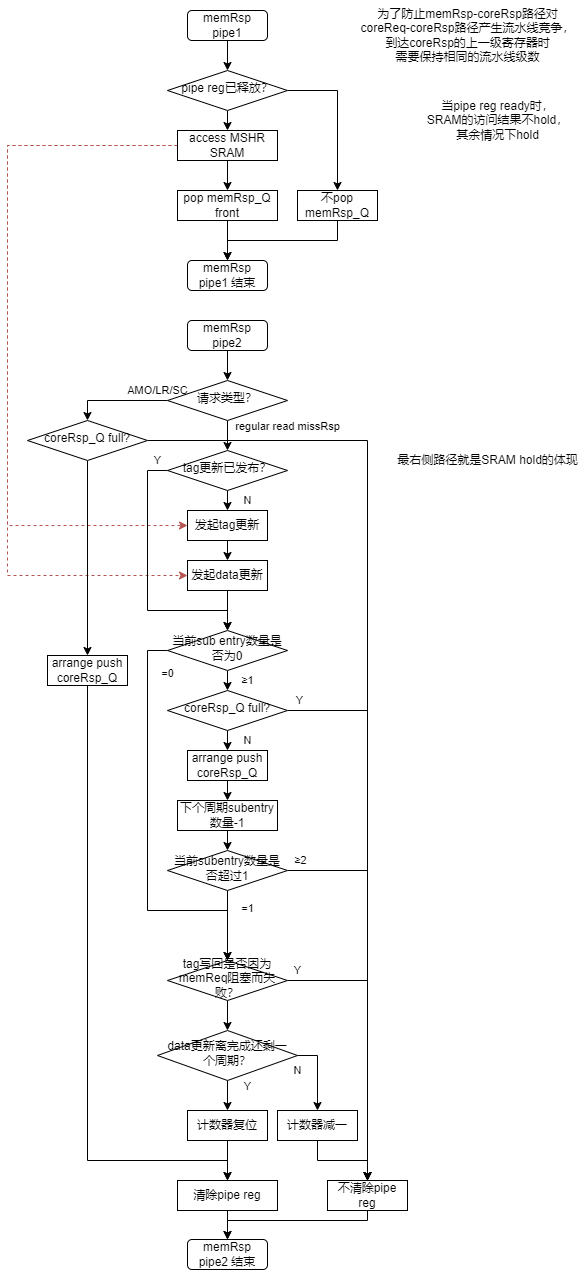
The draw.io diagram doc/cModel__l1_data_cache__cycle-memRsp.drawio.png in Auyuir/cacheCmodel, before a commit. Source tidied: cells renumbered, new cells last; positions are measured from the earlier drawing's top-left corner, leaving out a move shared by most shapes. The source it was exported from:
```xml
<mxGraphModel>
  <root>
    <mxCell id="0" />
    <mxCell id="1" parent="0" />
    <mxCell id="2" style="edgeStyle=orthogonalEdgeStyle;rounded=0;jettySize=auto;html=1;exitX=0.5;exitY=1;exitDx=0;exitDy=0;entryX=0.5;entryY=0;entryDx=0;entryDy=0;" parent="1" edge="1" source="3" target="6">
      <mxGeometry relative="1" as="geometry" />
    </mxCell>
    <mxCell id="3" value="memRsp pipe1" style="rounded=1;whiteSpace=wrap;html=1;fontSize=12;glass=0;strokeWidth=1;shadow=0;" parent="1" vertex="1">
      <mxGeometry x="180" y="10" width="80" height="30" as="geometry" />
    </mxCell>
    <mxCell id="4" style="edgeStyle=orthogonalEdgeStyle;rounded=0;jettySize=auto;html=1;exitX=1;exitY=0.5;exitDx=0;exitDy=0;entryX=0.5;entryY=0;entryDx=0;entryDy=0;" parent="1" edge="1" source="6" target="10">
      <mxGeometry relative="1" as="geometry" />
    </mxCell>
    <mxCell id="5" style="edgeStyle=orthogonalEdgeStyle;rounded=0;jettySize=auto;html=1;exitX=0.5;exitY=1;exitDx=0;exitDy=0;entryX=0.5;entryY=0;entryDx=0;entryDy=0;" parent="1" edge="1" source="6" target="15">
      <mxGeometry relative="1" as="geometry" />
    </mxCell>
    <mxCell id="6" value="pipe reg已释放？" style="rhombus;whiteSpace=wrap;html=1;shadow=0;fontFamily=Helvetica;fontSize=12;align=center;strokeWidth=1;spacing=6;spacingTop=-4;" parent="1" vertex="1">
      <mxGeometry x="160" y="70" width="120" height="40" as="geometry" />
    </mxCell>
    <mxCell id="7" style="edgeStyle=orthogonalEdgeStyle;rounded=0;jettySize=auto;html=1;exitX=0.5;exitY=1;exitDx=0;exitDy=0;entryX=0.5;entryY=0;entryDx=0;entryDy=0;" parent="1" edge="1" source="8" target="16">
      <mxGeometry relative="1" as="geometry" />
    </mxCell>
    <mxCell id="8" value="pop memRsp_Q front" style="rounded=0;whiteSpace=wrap;html=1;labelBackgroundColor=none;" parent="1" vertex="1">
      <mxGeometry x="170" y="190" width="100" height="30" as="geometry" />
    </mxCell>
    <mxCell id="9" style="edgeStyle=orthogonalEdgeStyle;rounded=0;jettySize=auto;html=1;exitX=0.5;exitY=1;exitDx=0;exitDy=0;entryX=0.5;entryY=0;entryDx=0;entryDy=0;" parent="1" edge="1" source="10" target="16">
      <mxGeometry relative="1" as="geometry" />
    </mxCell>
    <mxCell id="10" value="不pop memRsp_Q" style="rounded=0;whiteSpace=wrap;html=1;labelBackgroundColor=none;" parent="1" vertex="1">
      <mxGeometry x="290" y="190" width="80" height="30" as="geometry" />
    </mxCell>
    <mxCell id="11" value="为了防止memRsp-coreRsp路径对&lt;br&gt;coreReq-coreRsp路径产生流水线竞争，&lt;br&gt;到达coreRsp的上一级寄存器时&lt;br&gt;需要保持相同的流水线级数" style="text;html=1;align=center;verticalAlign=middle;strokeColor=none;fillColor=none;" parent="1" vertex="1">
      <mxGeometry x="340" width="240" height="70" as="geometry" />
    </mxCell>
    <mxCell id="12" style="edgeStyle=orthogonalEdgeStyle;rounded=0;jettySize=auto;html=1;exitX=0.5;exitY=1;exitDx=0;exitDy=0;entryX=0.5;entryY=0;entryDx=0;entryDy=0;" parent="1" edge="1" source="15" target="8">
      <mxGeometry relative="1" as="geometry" />
    </mxCell>
    <mxCell id="13" style="edgeStyle=orthogonalEdgeStyle;rounded=0;jettySize=auto;html=1;exitX=0;exitY=0.5;exitDx=0;exitDy=0;entryX=0;entryY=0.5;entryDx=0;entryDy=0;fillColor=#f8cecc;strokeColor=#b85450;dashed=1;" parent="1" edge="1" source="15" target="49">
      <mxGeometry relative="1" as="geometry">
        <Array as="points">
          <mxPoint y="145" />
          <mxPoint y="525" />
        </Array>
      </mxGeometry>
    </mxCell>
    <mxCell id="14" style="edgeStyle=orthogonalEdgeStyle;rounded=0;jettySize=auto;html=1;exitX=0;exitY=0.5;exitDx=0;exitDy=0;entryX=0;entryY=0.5;entryDx=0;entryDy=0;dashed=1;fillColor=#f8cecc;strokeColor=#b85450;" parent="1" edge="1" source="15" target="51">
      <mxGeometry relative="1" as="geometry">
        <Array as="points">
          <mxPoint y="145" />
          <mxPoint y="575" />
        </Array>
      </mxGeometry>
    </mxCell>
    <mxCell id="15" value="access MSHR SRAM" style="rounded=0;whiteSpace=wrap;html=1;labelBackgroundColor=none;" parent="1" vertex="1">
      <mxGeometry x="170" y="130" width="100" height="30" as="geometry" />
    </mxCell>
    <mxCell id="16" value="memRsp pipe1&amp;nbsp;结束" style="rounded=1;whiteSpace=wrap;html=1;fontSize=12;glass=0;strokeWidth=1;shadow=0;" parent="1" vertex="1">
      <mxGeometry x="180" y="260" width="80" height="30" as="geometry" />
    </mxCell>
    <mxCell id="17" style="edgeStyle=orthogonalEdgeStyle;rounded=0;jettySize=auto;html=1;exitX=0.5;exitY=1;exitDx=0;exitDy=0;entryX=0.5;entryY=0;entryDx=0;entryDy=0;" parent="1" edge="1" source="18" target="26">
      <mxGeometry relative="1" as="geometry" />
    </mxCell>
    <mxCell id="18" value="memRsp pipe2" style="rounded=1;whiteSpace=wrap;html=1;fontSize=12;glass=0;strokeWidth=1;shadow=0;" parent="1" vertex="1">
      <mxGeometry x="180" y="320" width="80" height="30" as="geometry" />
    </mxCell>
    <mxCell id="19" style="edgeStyle=orthogonalEdgeStyle;rounded=0;jettySize=auto;html=1;exitX=0.5;exitY=1;exitDx=0;exitDy=0;entryX=0.5;entryY=0;entryDx=0;entryDy=0;" parent="1" edge="1" source="20" target="23">
      <mxGeometry relative="1" as="geometry" />
    </mxCell>
    <mxCell id="20" value="清除pipe reg" style="rounded=0;whiteSpace=wrap;html=1;labelBackgroundColor=none;" parent="1" vertex="1">
      <mxGeometry x="170" y="1180" width="100" height="30" as="geometry" />
    </mxCell>
    <mxCell id="21" style="edgeStyle=orthogonalEdgeStyle;rounded=0;jettySize=auto;html=1;exitX=0.5;exitY=1;exitDx=0;exitDy=0;entryX=0.5;entryY=0;entryDx=0;entryDy=0;" parent="1" edge="1" source="22" target="23">
      <mxGeometry relative="1" as="geometry">
        <Array as="points">
          <mxPoint x="360" y="1220" />
          <mxPoint x="220" y="1220" />
        </Array>
      </mxGeometry>
    </mxCell>
    <mxCell id="22" value="不清除pipe reg" style="rounded=0;whiteSpace=wrap;html=1;labelBackgroundColor=none;" parent="1" vertex="1">
      <mxGeometry x="320" y="1180" width="80" height="30" as="geometry" />
    </mxCell>
    <mxCell id="23" value="memRsp pipe2 结束" style="rounded=1;whiteSpace=wrap;html=1;fontSize=12;glass=0;strokeWidth=1;shadow=0;" parent="1" vertex="1">
      <mxGeometry x="180" y="1239" width="80" height="30" as="geometry" />
    </mxCell>
    <mxCell id="24" value="regular read missRsp" style="edgeStyle=orthogonalEdgeStyle;rounded=0;jettySize=auto;html=1;exitX=0.5;exitY=1;exitDx=0;exitDy=0;entryX=0.5;entryY=0;entryDx=0;entryDy=0;" parent="1" edge="1" source="26" target="47">
      <mxGeometry x="-0.6" y="60" relative="1" as="geometry" />
    </mxCell>
    <mxCell id="25" value="AMO/LR/SC" style="edgeStyle=orthogonalEdgeStyle;rounded=0;jettySize=auto;html=1;exitX=0;exitY=0.5;exitDx=0;exitDy=0;entryX=0.5;entryY=0;entryDx=0;entryDy=0;" parent="1" edge="1" source="26" target="43">
      <mxGeometry x="-0.81" y="-10" relative="1" as="geometry">
        <Array as="points">
          <mxPoint x="80" y="400" />
        </Array>
      </mxGeometry>
    </mxCell>
    <mxCell id="26" value="请求类型？" style="rhombus;whiteSpace=wrap;html=1;shadow=0;fontFamily=Helvetica;fontSize=12;align=center;strokeWidth=1;spacing=6;spacingTop=-4;" parent="1" vertex="1">
      <mxGeometry x="160" y="380" width="120" height="40" as="geometry" />
    </mxCell>
    <mxCell id="27" style="edgeStyle=orthogonalEdgeStyle;rounded=0;jettySize=auto;html=1;exitX=0.5;exitY=1;exitDx=0;exitDy=0;entryX=0.5;entryY=0;entryDx=0;entryDy=0;" parent="1" edge="1" source="28" target="20">
      <mxGeometry relative="1" as="geometry">
        <Array as="points">
          <mxPoint x="80" y="1160" />
          <mxPoint x="220" y="1160" />
        </Array>
      </mxGeometry>
    </mxCell>
    <mxCell id="28" value="arrange push coreRsp_Q" style="rounded=0;whiteSpace=wrap;html=1;labelBackgroundColor=none;" parent="1" vertex="1">
      <mxGeometry x="40" y="655" width="80" height="30" as="geometry" />
    </mxCell>
    <mxCell id="29" value="≥1" style="edgeStyle=orthogonalEdgeStyle;rounded=0;jettySize=auto;html=1;exitX=0.5;exitY=1;exitDx=0;exitDy=0;entryX=0.5;entryY=0;entryDx=0;entryDy=0;" parent="1" edge="1" source="31" target="54">
      <mxGeometry y="20" relative="1" as="geometry" />
    </mxCell>
    <mxCell id="30" value="=0" style="edgeStyle=orthogonalEdgeStyle;rounded=0;jettySize=auto;html=1;exitX=0;exitY=0.5;exitDx=0;exitDy=0;entryX=0.5;entryY=0;entryDx=0;entryDy=0;" parent="1" edge="1" source="31" target="63">
      <mxGeometry x="-0.79" y="20" relative="1" as="geometry">
        <Array as="points">
          <mxPoint x="140" y="650" />
          <mxPoint x="140" y="910" />
          <mxPoint x="220" y="910" />
        </Array>
      </mxGeometry>
    </mxCell>
    <mxCell id="31" value="当前sub entry数量是否为0" style="rhombus;whiteSpace=wrap;html=1;shadow=0;fontFamily=Helvetica;fontSize=12;align=center;strokeWidth=1;spacing=6;spacingTop=-4;" parent="1" vertex="1">
      <mxGeometry x="160" y="630" width="120" height="40" as="geometry" />
    </mxCell>
    <mxCell id="32" value="N" style="edgeStyle=orthogonalEdgeStyle;rounded=0;jettySize=auto;html=1;exitX=1;exitY=0.5;exitDx=0;exitDy=0;entryX=0.5;entryY=0;entryDx=0;entryDy=0;" parent="1" edge="1" source="34" target="38">
      <mxGeometry x="-1" y="-15" relative="1" as="geometry" />
    </mxCell>
    <mxCell id="33" value="Y" style="edgeStyle=orthogonalEdgeStyle;rounded=0;jettySize=auto;html=1;exitX=0.5;exitY=1;exitDx=0;exitDy=0;entryX=0.5;entryY=0;entryDx=0;entryDy=0;" parent="1" edge="1" source="34" target="40">
      <mxGeometry x="-0.6" y="20" relative="1" as="geometry" />
    </mxCell>
    <mxCell id="34" value="data更新离完成还剩一个周期？" style="rhombus;whiteSpace=wrap;html=1;shadow=0;fontFamily=Helvetica;fontSize=12;align=center;strokeWidth=1;spacing=6;spacingTop=-4;" parent="1" vertex="1">
      <mxGeometry x="150" y="1030" width="140" height="50" as="geometry" />
    </mxCell>
    <mxCell id="35" style="edgeStyle=orthogonalEdgeStyle;rounded=0;jettySize=auto;html=1;exitX=0.5;exitY=1;exitDx=0;exitDy=0;entryX=0.5;entryY=0;entryDx=0;entryDy=0;" parent="1" edge="1" source="36" target="59">
      <mxGeometry relative="1" as="geometry" />
    </mxCell>
    <mxCell id="36" value="arrange push coreRsp_Q" style="rounded=0;whiteSpace=wrap;html=1;labelBackgroundColor=none;" parent="1" vertex="1">
      <mxGeometry x="180" y="750" width="80" height="30" as="geometry" />
    </mxCell>
    <mxCell id="37" style="edgeStyle=orthogonalEdgeStyle;rounded=0;jettySize=auto;html=1;exitX=0.5;exitY=1;exitDx=0;exitDy=0;entryX=0.5;entryY=0;entryDx=0;entryDy=0;" parent="1" edge="1" source="38" target="22">
      <mxGeometry relative="1" as="geometry">
        <Array as="points">
          <mxPoint x="310" y="1160" />
          <mxPoint x="360" y="1160" />
        </Array>
      </mxGeometry>
    </mxCell>
    <mxCell id="38" value="计数器减一" style="rounded=0;whiteSpace=wrap;html=1;labelBackgroundColor=none;" parent="1" vertex="1">
      <mxGeometry x="270" y="1110" width="80" height="30" as="geometry" />
    </mxCell>
    <mxCell id="39" style="edgeStyle=orthogonalEdgeStyle;rounded=0;jettySize=auto;html=1;exitX=0.5;exitY=1;exitDx=0;exitDy=0;entryX=0.5;entryY=0;entryDx=0;entryDy=0;" parent="1" edge="1" source="40" target="20">
      <mxGeometry relative="1" as="geometry" />
    </mxCell>
    <mxCell id="40" value="计数器复位" style="rounded=0;whiteSpace=wrap;html=1;labelBackgroundColor=none;" parent="1" vertex="1">
      <mxGeometry x="180" y="1110" width="80" height="30" as="geometry" />
    </mxCell>
    <mxCell id="41" style="edgeStyle=orthogonalEdgeStyle;rounded=0;jettySize=auto;html=1;exitX=0.5;exitY=1;exitDx=0;exitDy=0;entryX=0.5;entryY=0;entryDx=0;entryDy=0;" parent="1" edge="1" source="43" target="28">
      <mxGeometry relative="1" as="geometry" />
    </mxCell>
    <mxCell id="42" style="edgeStyle=orthogonalEdgeStyle;rounded=0;jettySize=auto;html=1;exitX=1;exitY=0.5;exitDx=0;exitDy=0;entryX=0.5;entryY=0;entryDx=0;entryDy=0;" parent="1" edge="1" source="43" target="22">
      <mxGeometry relative="1" as="geometry" />
    </mxCell>
    <mxCell id="43" value="coreRsp_Q full?" style="rhombus;whiteSpace=wrap;html=1;shadow=0;fontFamily=Helvetica;fontSize=12;align=center;strokeWidth=1;spacing=6;spacingTop=-4;" parent="1" vertex="1">
      <mxGeometry x="20" y="420" width="120" height="40" as="geometry" />
    </mxCell>
    <mxCell id="44" value="当pipe reg ready时，&lt;br&gt;SRAM的访问结果不hold，&lt;br&gt;其余情况下hold" style="text;html=1;align=center;verticalAlign=middle;strokeColor=none;fillColor=none;" parent="1" vertex="1">
      <mxGeometry x="410" y="90" width="160" height="60" as="geometry" />
    </mxCell>
    <mxCell id="45" value="N" style="edgeStyle=orthogonalEdgeStyle;rounded=0;jettySize=auto;html=1;exitX=0.5;exitY=1;exitDx=0;exitDy=0;entryX=0.5;entryY=0;entryDx=0;entryDy=0;" parent="1" edge="1" source="47" target="49">
      <mxGeometry y="20" relative="1" as="geometry" />
    </mxCell>
    <mxCell id="46" value="Y" style="edgeStyle=orthogonalEdgeStyle;rounded=0;jettySize=auto;html=1;exitX=0;exitY=0.5;exitDx=0;exitDy=0;entryX=0.5;entryY=0;entryDx=0;entryDy=0;" parent="1" edge="1" source="47" target="31">
      <mxGeometry x="-0.93" y="-10" relative="1" as="geometry">
        <Array as="points">
          <mxPoint x="140" y="470" />
          <mxPoint x="140" y="610" />
          <mxPoint x="220" y="610" />
        </Array>
      </mxGeometry>
    </mxCell>
    <mxCell id="47" value="tag更新已发布？" style="rhombus;whiteSpace=wrap;html=1;shadow=0;fontFamily=Helvetica;fontSize=12;align=center;strokeWidth=1;spacing=6;spacingTop=-4;" parent="1" vertex="1">
      <mxGeometry x="160" y="450" width="120" height="40" as="geometry" />
    </mxCell>
    <mxCell id="48" style="edgeStyle=orthogonalEdgeStyle;rounded=0;jettySize=auto;html=1;exitX=0.5;exitY=1;exitDx=0;exitDy=0;entryX=0.5;entryY=0;entryDx=0;entryDy=0;" parent="1" edge="1" source="49" target="51">
      <mxGeometry relative="1" as="geometry" />
    </mxCell>
    <mxCell id="49" value="发起tag更新" style="rounded=0;whiteSpace=wrap;html=1;labelBackgroundColor=none;" parent="1" vertex="1">
      <mxGeometry x="180" y="510" width="80" height="30" as="geometry" />
    </mxCell>
    <mxCell id="50" style="edgeStyle=orthogonalEdgeStyle;rounded=0;jettySize=auto;html=1;exitX=0.5;exitY=1;exitDx=0;exitDy=0;entryX=0.5;entryY=0;entryDx=0;entryDy=0;" parent="1" edge="1" source="51" target="31">
      <mxGeometry relative="1" as="geometry" />
    </mxCell>
    <mxCell id="51" value="发起data更新" style="rounded=0;whiteSpace=wrap;html=1;labelBackgroundColor=none;" parent="1" vertex="1">
      <mxGeometry x="180" y="560" width="80" height="30" as="geometry" />
    </mxCell>
    <mxCell id="52" value="N" style="edgeStyle=orthogonalEdgeStyle;rounded=0;jettySize=auto;html=1;exitX=0.5;exitY=1;exitDx=0;exitDy=0;entryX=0.5;entryY=0;entryDx=0;entryDy=0;" parent="1" edge="1" source="54" target="36">
      <mxGeometry y="20" relative="1" as="geometry" />
    </mxCell>
    <mxCell id="53" value="Y" style="edgeStyle=orthogonalEdgeStyle;rounded=0;jettySize=auto;html=1;exitX=1;exitY=0.5;exitDx=0;exitDy=0;entryX=0.5;entryY=0;entryDx=0;entryDy=0;" parent="1" edge="1" source="54" target="22">
      <mxGeometry x="-0.96" y="10" relative="1" as="geometry" />
    </mxCell>
    <mxCell id="54" value="coreRsp_Q full?" style="rhombus;whiteSpace=wrap;html=1;shadow=0;fontFamily=Helvetica;fontSize=12;align=center;strokeWidth=1;spacing=6;spacingTop=-4;" parent="1" vertex="1">
      <mxGeometry x="160" y="690" width="120" height="40" as="geometry" />
    </mxCell>
    <mxCell id="55" value="=1" style="edgeStyle=orthogonalEdgeStyle;rounded=0;jettySize=auto;html=1;exitX=0.5;exitY=1;exitDx=0;exitDy=0;entryX=0.5;entryY=0;entryDx=0;entryDy=0;" parent="1" edge="1" source="57" target="63">
      <mxGeometry x="-0.5" y="20" relative="1" as="geometry" />
    </mxCell>
    <mxCell id="56" value="≥2" style="edgeStyle=orthogonalEdgeStyle;rounded=0;jettySize=auto;html=1;exitX=1;exitY=0.5;exitDx=0;exitDy=0;entryX=0.5;entryY=0;entryDx=0;entryDy=0;" parent="1" edge="1" source="57" target="22">
      <mxGeometry x="-0.93" y="10" relative="1" as="geometry" />
    </mxCell>
    <mxCell id="57" value="当前subentry数量是否超过1" style="rhombus;whiteSpace=wrap;html=1;shadow=0;fontFamily=Helvetica;fontSize=12;align=center;strokeWidth=1;spacing=6;spacingTop=-4;" parent="1" vertex="1">
      <mxGeometry x="160" y="850" width="120" height="40" as="geometry" />
    </mxCell>
    <mxCell id="58" style="edgeStyle=orthogonalEdgeStyle;rounded=0;jettySize=auto;html=1;exitX=0.5;exitY=1;exitDx=0;exitDy=0;entryX=0.5;entryY=0;entryDx=0;entryDy=0;" parent="1" edge="1" source="59" target="57">
      <mxGeometry relative="1" as="geometry" />
    </mxCell>
    <mxCell id="59" value="下个周期subentry数量-1" style="rounded=0;whiteSpace=wrap;html=1;labelBackgroundColor=none;" parent="1" vertex="1">
      <mxGeometry x="170" y="800" width="100" height="30" as="geometry" />
    </mxCell>
    <mxCell id="60" value="最右侧路径就是SRAM hold的体现" style="text;html=1;align=center;verticalAlign=middle;strokeColor=none;fillColor=none;" parent="1" vertex="1">
      <mxGeometry x="380" y="445" width="200" height="30" as="geometry" />
    </mxCell>
    <mxCell id="61" style="edgeStyle=orthogonalEdgeStyle;rounded=0;jettySize=auto;html=1;exitX=0.5;exitY=1;exitDx=0;exitDy=0;entryX=0.5;entryY=0;entryDx=0;entryDy=0;" parent="1" edge="1" source="63" target="34">
      <mxGeometry relative="1" as="geometry" />
    </mxCell>
    <mxCell id="62" value="Y" style="edgeStyle=orthogonalEdgeStyle;rounded=0;jettySize=auto;html=1;exitX=1;exitY=0.5;exitDx=0;exitDy=0;entryX=0.5;entryY=0;entryDx=0;entryDy=0;" parent="1" edge="1" source="63" target="22">
      <mxGeometry x="-0.93" y="10" relative="1" as="geometry" />
    </mxCell>
    <mxCell id="63" value="tag写回是否因为memReq阻塞而失败？" style="rhombus;whiteSpace=wrap;html=1;shadow=0;fontFamily=Helvetica;fontSize=12;align=center;strokeWidth=1;spacing=6;spacingTop=-4;" parent="1" vertex="1">
      <mxGeometry x="160" y="960" width="120" height="40" as="geometry" />
    </mxCell>
  </root>
</mxGraphModel>
```
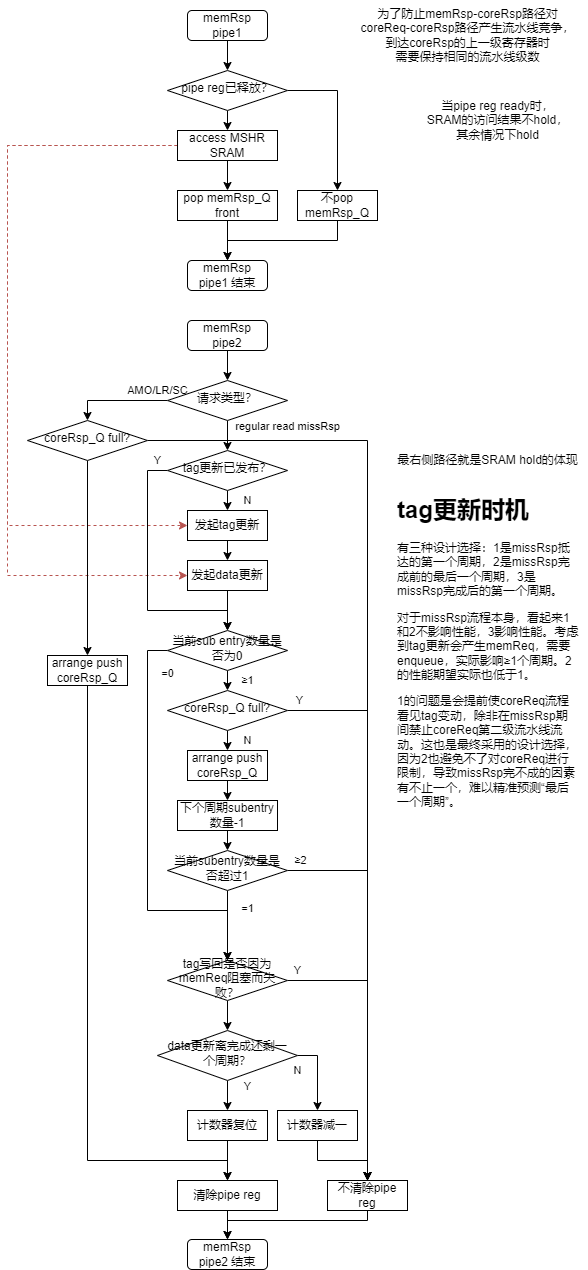
Above is the later version.

Change to the diagram source:
```diff
@@ -229,5 +229,8 @@
     <mxCell id="63" value="tag写回是否因为memReq阻塞而失败？" style="rhombus;whiteSpace=wrap;html=1;shadow=0;fontFamily=Helvetica;fontSize=12;align=center;strokeWidth=1;spacing=6;spacingTop=-4;" parent="1" vertex="1">
       <mxGeometry x="160" y="960" width="120" height="40" as="geometry" />
     </mxCell>
+    <mxCell id="64" value="&lt;h1&gt;tag更新时机&lt;/h1&gt;&lt;p&gt;有三种设计选择：1是missRsp抵达的第一个周期，2是missRsp完成前的最后一个周期，3是missRsp完成后的第一个周期。&lt;br&gt;&lt;/p&gt;&lt;p&gt;对于missRsp流程本身，看起来1和2不影响性能，3影响性能。考虑到tag更新会产生memReq，需要enqueue，实际影响≥1个周期。2的性能期望实际也低于1。&lt;/p&gt;&lt;p&gt;1的问题是会提前使coreReq流程看见tag变动，除非在missRsp期间禁止coreReq第二级流水线流动。这也是最终采用的设计选择，因为2也避免不了对coreReq进行限制，导致missRsp完不成的因素有不止一个，难以精准预测“最后一个周期”。&lt;/p&gt;" style="text;html=1;strokeColor=none;fillColor=none;spacing=5;spacingTop=-20;whiteSpace=wrap;overflow=hidden;rounded=0;" parent="1" vertex="1">
+      <mxGeometry x="385" y="490" width="190" height="330" as="geometry" />
+    </mxCell>
   </root>
 </mxGraphModel>
```
